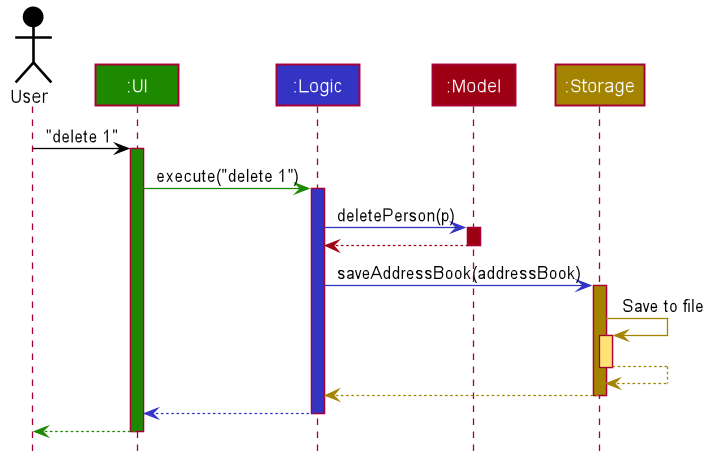
Earlier version of the PlantUML export docs/images/ArchitectureSequenceDiagram.png (nus-cs2103-AY2122S1/tp).
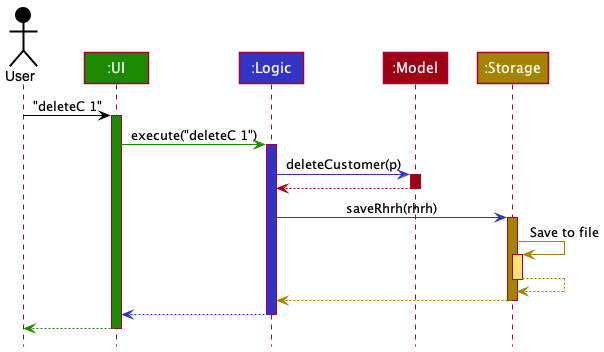
The same diagram one commit later.

Diff of the diagram source:
```diff
@@ -1,85 +1,38 @@
 @startuml
+!include style.puml
 
+Actor User as user USER_COLOR
+Participant ":UI" as ui UI_COLOR
+Participant ":Logic" as logic LOGIC_COLOR
+Participant ":Model" as model MODEL_COLOR
+Participant ":Storage" as storage STORAGE_COLOR
 
+user -[USER_COLOR]> ui : "deleteC 1"
+activate ui UI_COLOR
 
+ui -[UI_COLOR]> logic : execute("deleteC 1")
+activate logic LOGIC_COLOR
 
+logic -[LOGIC_COLOR]> model : deleteCustomer(p)
+activate model MODEL_COLOR
 
-
-
-
-skinparam BackgroundColor #FFFFFFF
-
-skinparam Shadowing false
-
-skinparam Class {
-    FontColor #FFFFFF
-    BorderThickness 1
-    BorderColor #FFFFFF
-    StereotypeFontColor #FFFFFF
-    FontName Arial
-}
-
-skinparam Actor {
-    BorderColor #000000
-    Color #000000
-    FontName Arial
-}
-
-skinparam Sequence {
-    MessageAlign center
-    BoxFontSize 15
-    BoxPadding 0
-    BoxFontColor #FFFFFF
-    FontName Arial
-}
-
-skinparam Participant {
-    FontColor #FFFFFFF
-    Padding 20
-}
-
-skinparam MinClassWidth 50
-skinparam ParticipantPadding 10
-skinparam Shadowing false
-skinparam DefaultTextAlignment center
-skinparam packageStyle Rectangle
-
-hide footbox
-hide members
-hide circle
-
-Actor User as user #000000
-Participant ":UI" as ui #1D8900
-Participant ":Logic" as logic #3333C4
-Participant ":Model" as model #9D0012
-Participant ":Storage" as storage #A38300
-
-user -[#000000]> ui : "delete 1"
-activate ui #1D8900
-
-ui -[#1D8900]> logic : execute("delete 1")
-activate logic #3333C4
-
-logic -[#3333C4]> model : deletePerson(p)
-activate model #9D0012
-
-model -[#9D0012]-> logic
+model -[MODEL_COLOR]-> logic
 deactivate model
 
-logic -[#3333C4]> storage : saveAddressBook(addressBook)
-activate storage #A38300
+logic -[LOGIC_COLOR]> storage : saveRhrh(rhrh)
+activate storage STORAGE_COLOR
 
-storage -[#A38300]> storage : Save to file
-activate storage #FFE374
-storage --[#A38300]> storage
+storage -[STORAGE_COLOR]> storage : Save to file
+activate storage STORAGE_COLOR_T1
+storage --[STORAGE_COLOR]> storage
 deactivate storage
 
-storage --[#A38300]> logic
+storage --[STORAGE_COLOR]> logic
 deactivate storage
 
-logic --[#3333C4]> ui
+logic --[LOGIC_COLOR]> ui
 deactivate logic
 
-ui--[#1D8900]> user
+ui--[UI_COLOR]> user
 deactivate ui
 @enduml
```
